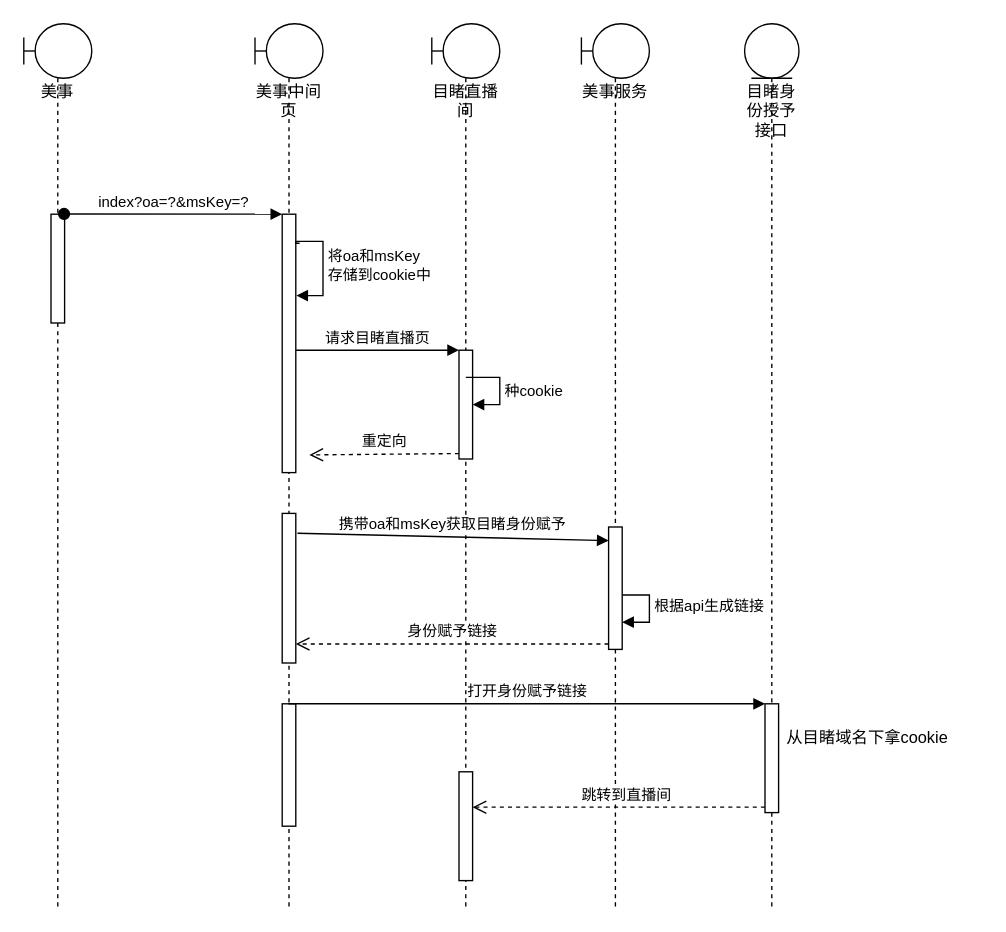
This is page "Page-1" (1 of 4) of anquan.drawio from nullbull/uml, a draw.io file, before an edit. Source tidied: cells renumbered, new cells numbered last; positions are measured from the earlier drawing's top-left corner, leaving out a move shared by most shapes. Both pictures are drawn from the tidied source at 136%, with x=0, y=0 at pixel (23, 23).
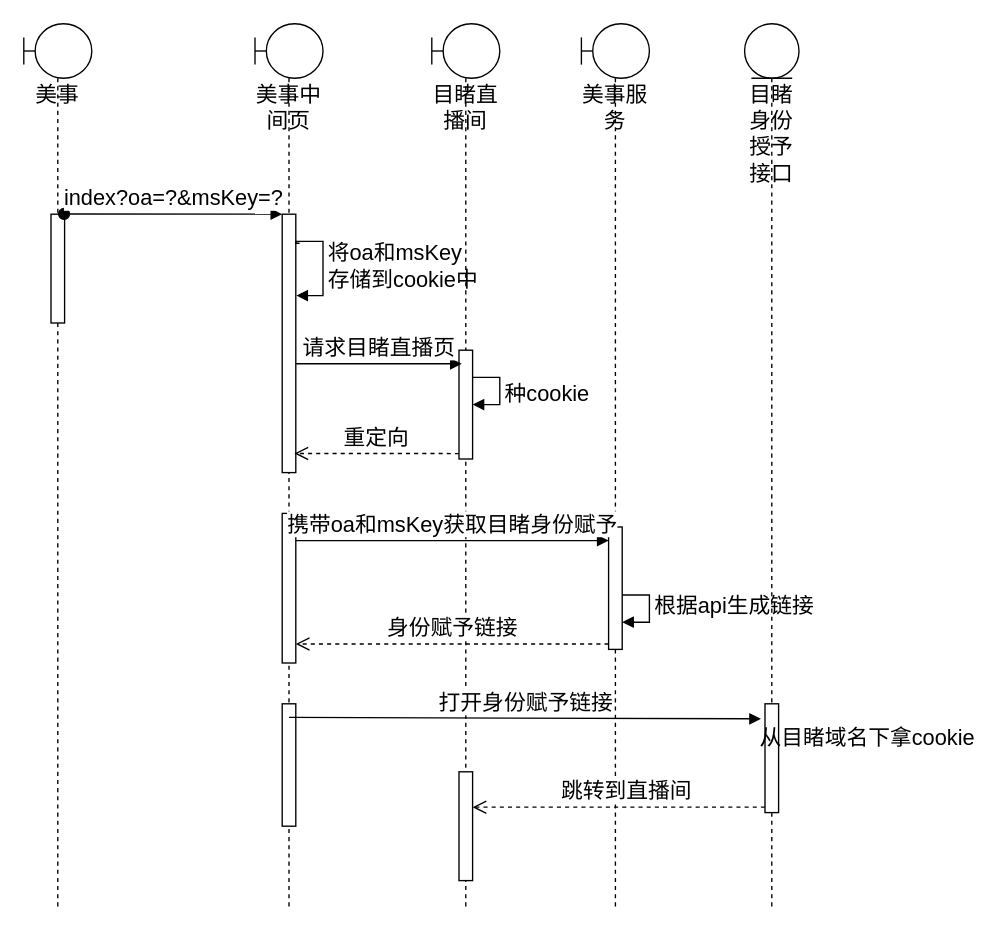
The same page after the edit.

The edit, as a diff of the source:
```diff
@@
-    <mxCell id="2" value="美事" style="shape=umlLifeline;participant=umlBoundary;perimeter=lifelinePerimeter;whiteSpace=wrap;html=1;verticalAlign=top;spacingTop=36;" parent="1" vertex="1">
+    <mxCell id="2" value="美事" style="shape=umlLifeline;participant=umlBoundary;perimeter=lifelinePerimeter;whiteSpace=wrap;html=1;verticalAlign=top;spacingTop=36;fontSize=16;" parent="1" vertex="1">
       <mxGeometry width="50" height="650" as="geometry" />
     </mxCell>
-    <mxCell id="3" style="html=1;points=[];perimeter=orthogonalPerimeter;" parent="2" vertex="1">
+    <mxCell id="3" style="html=1;points=[];perimeter=orthogonalPerimeter;fontSize=16;" parent="2" vertex="1">
       <mxGeometry x="20" y="140" width="10" height="80" as="geometry" />
     </mxCell>
-    <mxCell id="4" value="美事中间页" style="shape=umlLifeline;participant=umlBoundary;perimeter=lifelinePerimeter;whiteSpace=wrap;html=1;verticalAlign=top;spacingTop=36;outlineConnect=0;" parent="1" vertex="1">
+    <mxCell id="4" value="美事中间页" style="shape=umlLifeline;participant=umlBoundary;perimeter=lifelinePerimeter;whiteSpace=wrap;html=1;verticalAlign=top;spacingTop=36;outlineConnect=0;fontSize=16;" parent="1" vertex="1">
       <mxGeometry x="170" width="50" height="650" as="geometry" />
     </mxCell>
-    <mxCell id="5" style="html=1;points=[];perimeter=orthogonalPerimeter;" parent="4" vertex="1">
+    <mxCell id="5" style="html=1;points=[];perimeter=orthogonalPerimeter;fontSize=16;" parent="4" vertex="1">
       <mxGeometry x="20" y="140" width="10" height="190" as="geometry" />
     </mxCell>
-    <mxCell id="6" value="将oa和msKey&lt;br&gt;存储到cookie中" style="edgeStyle=orthogonalEdgeStyle;html=1;align=left;spacingLeft=2;endArrow=block;rounded=0;entryX=1.04;entryY=0.315;exitX=1.28;exitY=0.535;exitDx=0;exitDy=0;exitPerimeter=0;entryDx=0;entryDy=0;entryPerimeter=0;" parent="4" edge="1" target="5">
+    <mxCell id="6" value="将oa和msKey&lt;br style=&quot;font-size: 16px;&quot;&gt;存储到cookie中" style="edgeStyle=orthogonalEdgeStyle;html=1;align=left;spacingLeft=2;endArrow=block;rounded=0;entryX=1.04;entryY=0.315;exitX=1.28;exitY=0.535;exitDx=0;exitDy=0;exitPerimeter=0;entryDx=0;entryDy=0;entryPerimeter=0;fontSize=16;" parent="4" edge="1" target="5">
       <mxGeometry relative="1" as="geometry">
         <mxPoint x="32.8" y="161.4" as="sourcePoint" />
         <Array as="points">
           <mxPoint x="30" y="161" />
           <mxPoint x="30" y="160" />
           <mxPoint x="50" y="160" />
           <mxPoint x="50" y="200" />
         </Array>
       </mxGeometry>
     </mxCell>
-    <mxCell id="7" style="html=1;perimeter=orthogonalPerimeter;" parent="4" vertex="1">
+    <mxCell id="7" style="html=1;perimeter=orthogonalPerimeter;fontSize=16;" parent="4" vertex="1">
       <mxGeometry x="20" y="500" width="10" height="90" as="geometry" />
     </mxCell>
-    <mxCell id="8" value="目睹直播间" style="shape=umlLifeline;participant=umlBoundary;perimeter=lifelinePerimeter;whiteSpace=wrap;html=1;verticalAlign=top;spacingTop=36;" parent="1" vertex="1">
+    <mxCell id="8" value="目睹直播间" style="shape=umlLifeline;participant=umlBoundary;perimeter=lifelinePerimeter;whiteSpace=wrap;html=1;verticalAlign=top;spacingTop=36;fontSize=16;" parent="1" vertex="1">
       <mxGeometry x="300" width="50" height="650" as="geometry" />
     </mxCell>
-    <mxCell id="9" style="html=1;points=[];perimeter=orthogonalPerimeter;" parent="8" vertex="1">
+    <mxCell id="9" style="html=1;points=[];perimeter=orthogonalPerimeter;fontSize=16;" parent="8" vertex="1">
       <mxGeometry x="20" y="240" width="10" height="80" as="geometry" />
     </mxCell>
-    <mxCell id="10" style="html=1;perimeter=orthogonalPerimeter;" parent="8" vertex="1">
+    <mxCell id="10" style="html=1;perimeter=orthogonalPerimeter;fontSize=16;" parent="8" vertex="1">
       <mxGeometry x="20" y="550" width="10" height="80" as="geometry" />
     </mxCell>
-    <mxCell id="11" value="index?oa=?&amp;amp;msKey=?" style="html=1;verticalAlign=bottom;startArrow=oval;endArrow=block;startSize=8;exitX=0.96;exitY=-0.002;exitDx=0;exitDy=0;exitPerimeter=0;" parent="1" edge="1" source="3">
+    <mxCell id="11" value="index?oa=?&amp;amp;msKey=?" style="html=1;verticalAlign=bottom;startArrow=oval;endArrow=block;startSize=8;exitX=0.96;exitY=-0.002;exitDx=0;exitDy=0;exitPerimeter=0;fontSize=16;" parent="1" edge="1" source="3">
       <mxGeometry relative="1" as="geometry">
         <mxPoint x="190" y="140" as="targetPoint" />
       </mxGeometry>
     </mxCell>
-    <mxCell id="12" value="请求目睹直播页" style="html=1;verticalAlign=bottom;endArrow=block;entryX=0;entryY=0;" parent="1" edge="1" source="5" target="9">
+    <mxCell id="12" value="请求目睹直播页" style="html=1;verticalAlign=bottom;endArrow=block;entryX=0.2;entryY=0.125;entryDx=0;entryDy=0;entryPerimeter=0;fontSize=16;" parent="1" edge="1" source="5" target="9">
       <mxGeometry relative="1" as="geometry" />
     </mxCell>
-    <mxCell id="13" value="重定向" style="html=1;verticalAlign=bottom;endArrow=open;dashed=1;endSize=8;exitX=0;exitY=0.95;" parent="1" edge="1" source="9">
-      <mxGeometry relative="1" as="geometry">
-        <mxPoint x="210" y="317" as="targetPoint" />
-      </mxGeometry>
+    <mxCell id="13" value="重定向" style="html=1;verticalAlign=bottom;endArrow=open;dashed=1;endSize=8;exitX=0;exitY=0.95;entryX=0.9;entryY=0.926;entryDx=0;entryDy=0;entryPerimeter=0;fontSize=16;" parent="1" edge="1" source="9" target="5">
+      <mxGeometry relative="1" as="geometry" />
     </mxCell>
-    <mxCell id="14" value="美事服务" style="shape=umlLifeline;participant=umlBoundary;perimeter=lifelinePerimeter;whiteSpace=wrap;html=1;verticalAlign=top;spacingTop=36;" parent="1" vertex="1">
+    <mxCell id="14" value="美事服务" style="shape=umlLifeline;participant=umlBoundary;perimeter=lifelinePerimeter;whiteSpace=wrap;html=1;verticalAlign=top;spacingTop=36;fontSize=16;" parent="1" vertex="1">
       <mxGeometry x="410" width="50" height="650" as="geometry" />
     </mxCell>
-    <mxCell id="15" value="根据api生成链接" style="edgeStyle=orthogonalEdgeStyle;html=1;align=left;spacingLeft=2;endArrow=block;rounded=0;entryX=1;entryY=0;" parent="14" edge="1">
+    <mxCell id="15" value="根据api生成链接" style="edgeStyle=orthogonalEdgeStyle;html=1;align=left;spacingLeft=2;endArrow=block;rounded=0;entryX=1;entryY=0;fontSize=16;" parent="14" edge="1">
       <mxGeometry relative="1" as="geometry">
         <mxPoint x="25" y="420" as="sourcePoint" />
         <mxPoint x="30" y="440" as="targetPoint" />
         <Array as="points">
           <mxPoint x="50" y="420" />
         </Array>
       </mxGeometry>
     </mxCell>
-    <mxCell id="16" style="html=1;perimeter=orthogonalPerimeter;" parent="14" vertex="1">
+    <mxCell id="16" style="html=1;perimeter=orthogonalPerimeter;fontSize=16;" parent="14" vertex="1">
       <mxGeometry x="20" y="370" width="10" height="90" as="geometry" />
     </mxCell>
-    <mxCell id="17" style="html=1;points=[];perimeter=orthogonalPerimeter;" parent="1" vertex="1">
+    <mxCell id="17" style="html=1;points=[];perimeter=orthogonalPerimeter;fontSize=16;" parent="1" vertex="1">
       <mxGeometry x="190" y="360" width="10" height="110" as="geometry" />
     </mxCell>
-    <mxCell id="18" value="携带oa和msKey获取目睹身份赋予" style="html=1;verticalAlign=bottom;endArrow=block;entryX=0;entryY=0;exitX=1.12;exitY=0.133;exitDx=0;exitDy=0;exitPerimeter=0;" parent="1" edge="1" source="17">
+    <mxCell id="18" value="携带oa和msKey获取目睹身份赋予" style="html=1;verticalAlign=bottom;endArrow=block;entryX=0;entryY=0;exitX=1;exitY=0.182;exitDx=0;exitDy=0;exitPerimeter=0;fontSize=16;" parent="1" edge="1" source="17">
       <mxGeometry relative="1" as="geometry">
         <mxPoint x="430" y="380" as="targetPoint" />
       </mxGeometry>
     </mxCell>
-    <mxCell id="19" value="身份赋予链接" style="html=1;verticalAlign=bottom;endArrow=open;dashed=1;endSize=8;exitX=0;exitY=0.95;" parent="1" edge="1">
+    <mxCell id="19" value="身份赋予链接" style="html=1;verticalAlign=bottom;endArrow=open;dashed=1;endSize=8;exitX=0;exitY=0.95;fontSize=16;" parent="1" edge="1">
       <mxGeometry relative="1" as="geometry">
         <mxPoint x="430" y="456" as="sourcePoint" />
         <mxPoint x="200" y="456" as="targetPoint" />
       </mxGeometry>
     </mxCell>
-    <mxCell id="20" value="种cookie" style="edgeStyle=orthogonalEdgeStyle;html=1;align=left;spacingLeft=2;endArrow=block;rounded=0;entryX=1;entryY=0;" parent="1" edge="1">
+    <mxCell id="20" value="种cookie" style="edgeStyle=orthogonalEdgeStyle;html=1;align=left;spacingLeft=2;endArrow=block;rounded=0;entryX=1;entryY=0;fontSize=16;" parent="1" edge="1">
       <mxGeometry x="0.08" relative="1" as="geometry">
-        <mxPoint x="325" y="260" as="sourcePoint" />
+        <mxPoint x="330" y="260" as="sourcePoint" />
         <mxPoint x="330" y="280" as="targetPoint" />
         <Array as="points">
           <mxPoint x="350" y="260" />
         </Array>
       </mxGeometry>
     </mxCell>
-    <mxCell id="21" value="目睹身份授予接口" style="shape=umlLifeline;participant=umlEntity;perimeter=lifelinePerimeter;whiteSpace=wrap;html=1;verticalAlign=top;spacingTop=36;" parent="1" vertex="1">
+    <mxCell id="21" value="目睹身份授予接口" style="shape=umlLifeline;participant=umlEntity;perimeter=lifelinePerimeter;whiteSpace=wrap;html=1;verticalAlign=top;spacingTop=36;fontSize=16;" parent="1" vertex="1">
       <mxGeometry x="530" width="40" height="650" as="geometry" />
     </mxCell>
-    <mxCell id="22" value="打开身份赋予链接" style="html=1;verticalAlign=bottom;endArrow=block;entryX=0;entryY=0;" parent="1" edge="1" source="4" target="24">
-      <mxGeometry relative="1" as="geometry" />
+    <mxCell id="22" value="打开身份赋予链接" style="html=1;verticalAlign=bottom;endArrow=block;entryX=-0.3;entryY=0.138;entryDx=0;entryDy=0;entryPerimeter=0;fontSize=16;" parent="1" edge="1" target="24">
+      <mxGeometry relative="1" as="geometry">
+        <mxPoint x="195" y="510" as="sourcePoint" />
+      </mxGeometry>
     </mxCell>
-    <mxCell id="23" value="跳转到直播间" style="html=1;verticalAlign=bottom;endArrow=open;dashed=1;endSize=8;exitX=0;exitY=0.95;" parent="1" edge="1" source="24">
+    <mxCell id="23" value="跳转到直播间" style="html=1;verticalAlign=bottom;endArrow=open;dashed=1;endSize=8;exitX=0;exitY=0.95;fontSize=16;" parent="1" edge="1" source="24">
       <mxGeometry x="-0.05" relative="1" as="geometry">
         <mxPoint x="330" y="576" as="targetPoint" />
       </mxGeometry>
     </mxCell>
-    <mxCell id="24" style="html=1;points=[];perimeter=orthogonalPerimeter;" parent="1" vertex="1">
+    <mxCell id="24" style="html=1;points=[];perimeter=orthogonalPerimeter;fontSize=16;" parent="1" vertex="1">
       <mxGeometry x="545" y="500" width="10" height="80" as="geometry" />
     </mxCell>
-    <mxCell id="25" value="从目睹域名下拿cookie" style="text;html=1;align=center;verticalAlign=middle;" parent="1" vertex="1">
-      <mxGeometry x="555" y="515" width="130" height="20" as="geometry" />
+    <mxCell id="25" value="从目睹域名下拿cookie" style="text;html=1;align=center;verticalAlign=middle;fontSize=16;" parent="1" vertex="1">
+      <mxGeometry x="535" y="515" width="170" height="20" as="geometry" />
     </mxCell>
```
